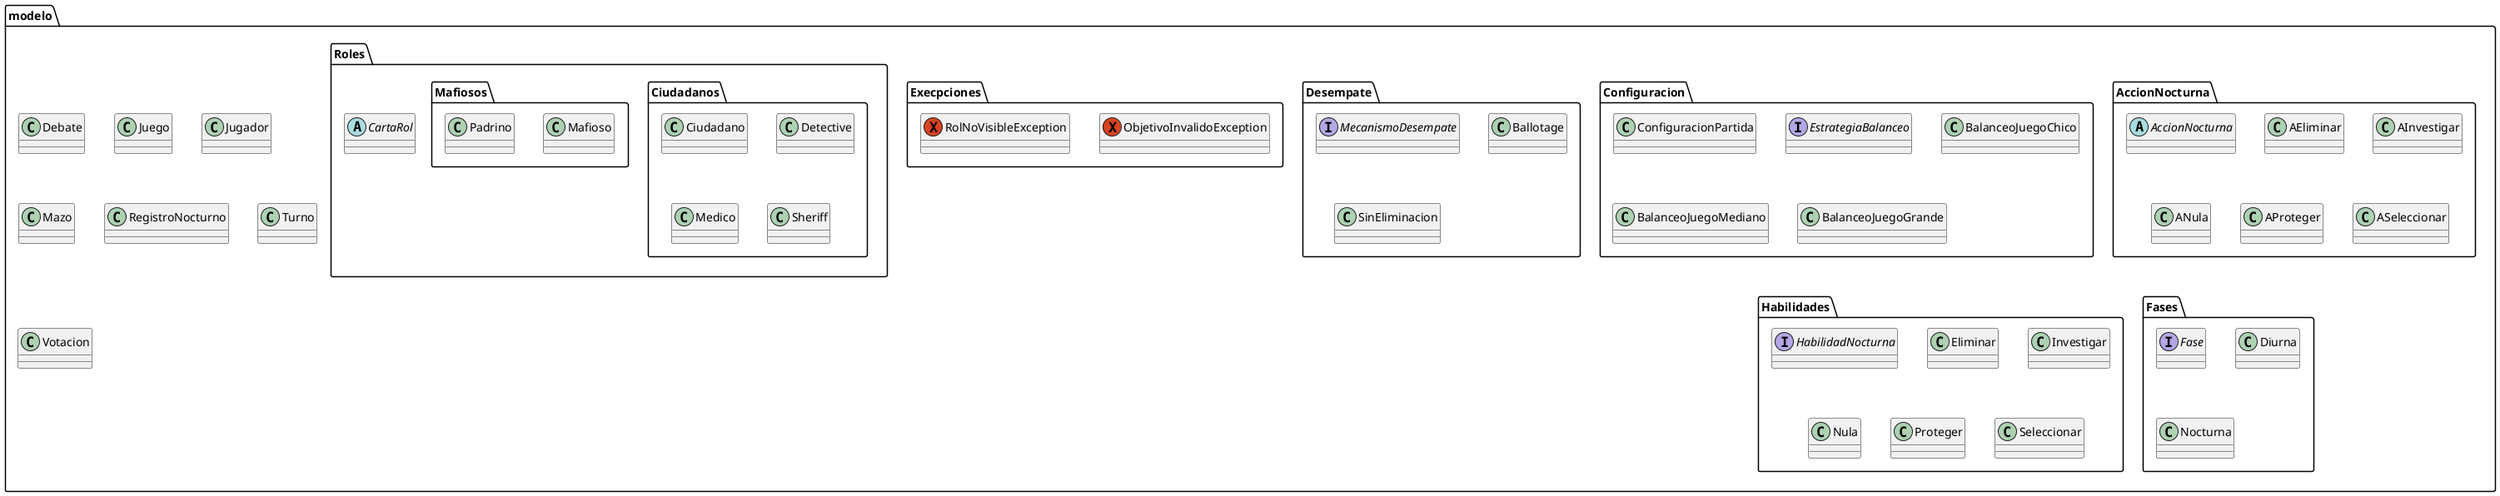
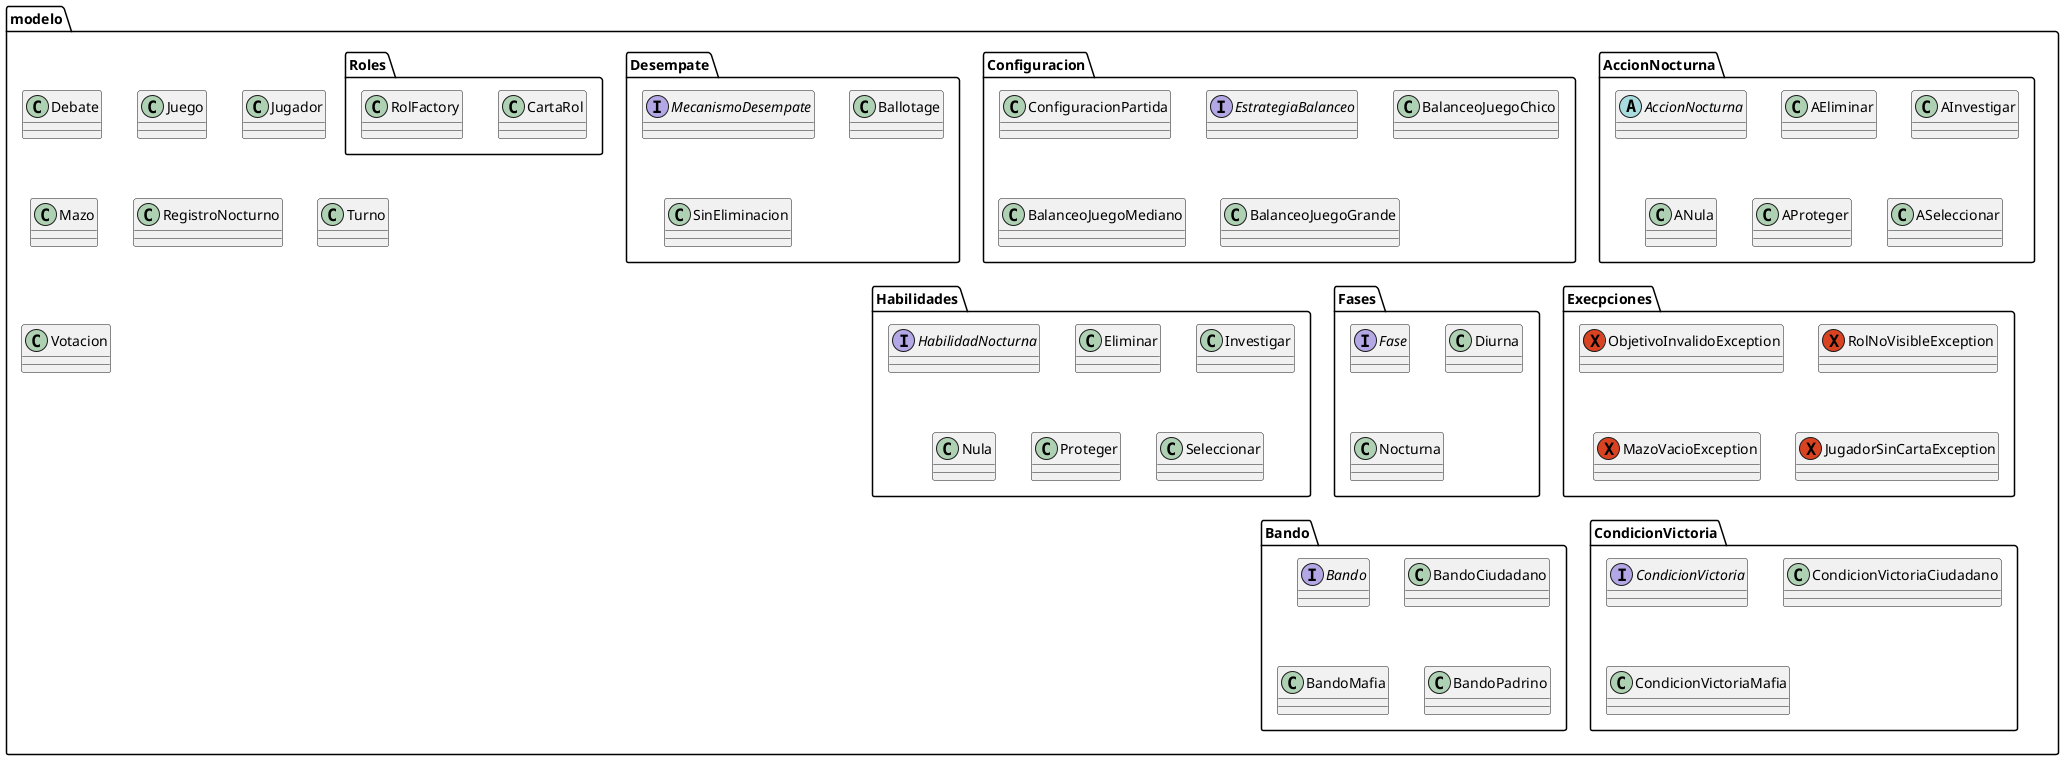
@startuml dp

package modelo
{

    package AccionNocturna
    {
        abstract class AccionNocturna
        class AEliminar
        class AInvestigar
        class ANula
        class AProteger
        class ASeleccionar
    }

    package Configuracion
    {
        class ConfiguracionPartida
        interface EstrategiaBalanceo
        class BalanceoJuegoChico
        class BalanceoJuegoMediano
        class BalanceoJuegoGrande
    }

    package Desempate
    {
        interface MecanismoDesempate
        class Ballotage
        class SinEliminacion
    }

    package Execpciones
    {
        exception ObjetivoInvalidoException
        exception RolNoVisibleException
+         exception MazoVacioException
+         exception JugadorSinCartaException
+ 
    }

    package Fases
    {
        interface Fase
        class Diurna
        class Nocturna
    }

    package Habilidades
    {
        interface HabilidadNocturna
        class Eliminar
        class Investigar
        class Nula
        class Proteger
        class Seleccionar
    }

    package Roles
    {
-         abstract class CartaRol
+         class CartaRol
+         class RolFactory
+     }

-         package Ciudadanos
-         {
-             class Ciudadano
-             class Detective
-             class Medico
-             class Sheriff
-         }
+     package CondicionVictoria
+     {
+         interface CondicionVictoria
+         class CondicionVictoriaCiudadano
+         class CondicionVictoriaMafia
+     }

-         package Mafiosos
-         {
-             class Mafioso
-             class Padrino
-         }
+     package Bando
+     {
+         interface Bando
+         class BandoCiudadano
+         class BandoMafia
+         class BandoPadrino
    }

    class Debate

    class Juego

    class Jugador

    class Mazo

    class RegistroNocturno

    class Turno

    class Votacion
}

- @enduml+ @enduml
